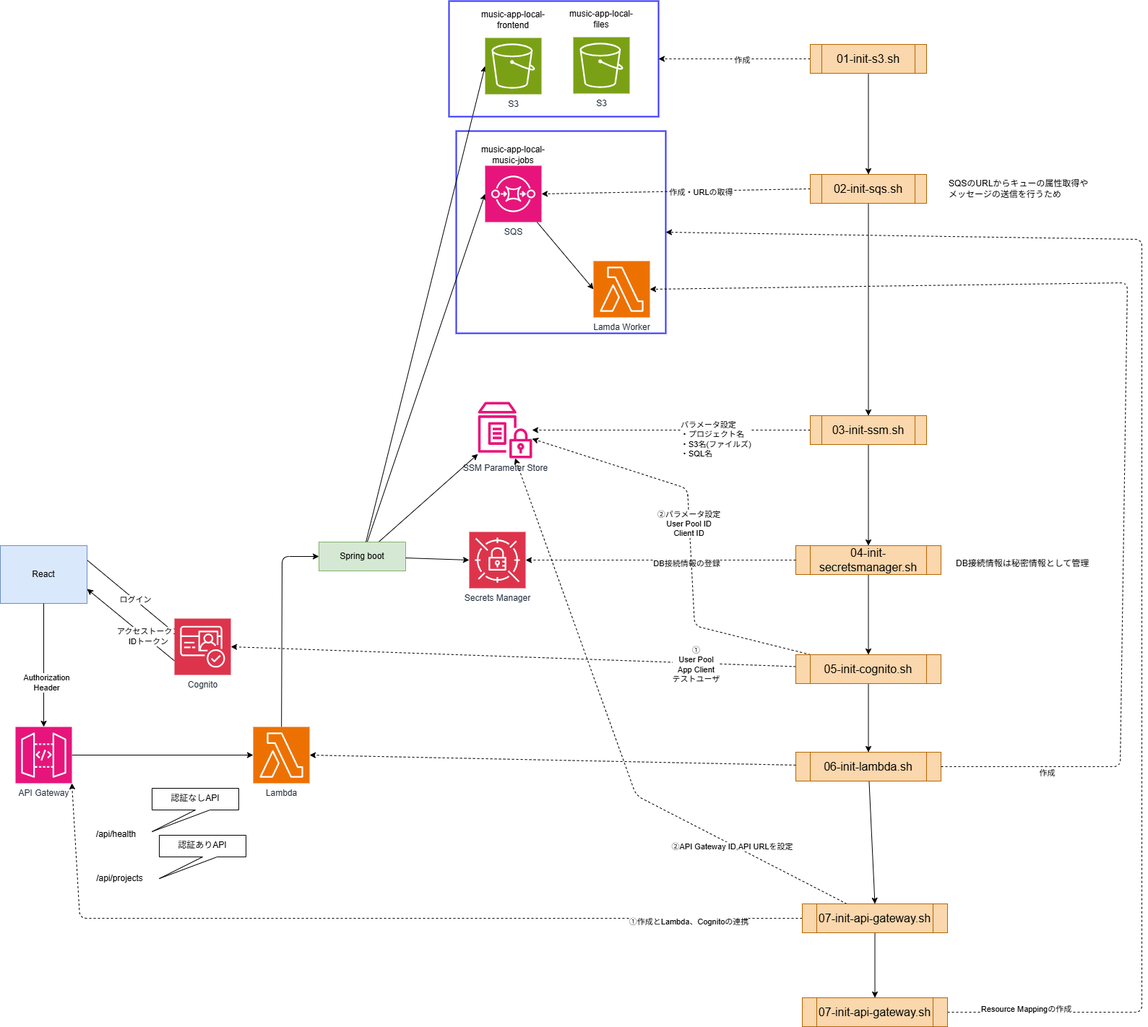
The draw.io diagram doc/コンテナ構成/images/floci.drawio.png in FujiJPProject/MusicflowsApp, before a commit. Source tidied: cells renumbered, new cells last; positions are measured from the earlier drawing's top-left corner, leaving out a move shared by most shapes.
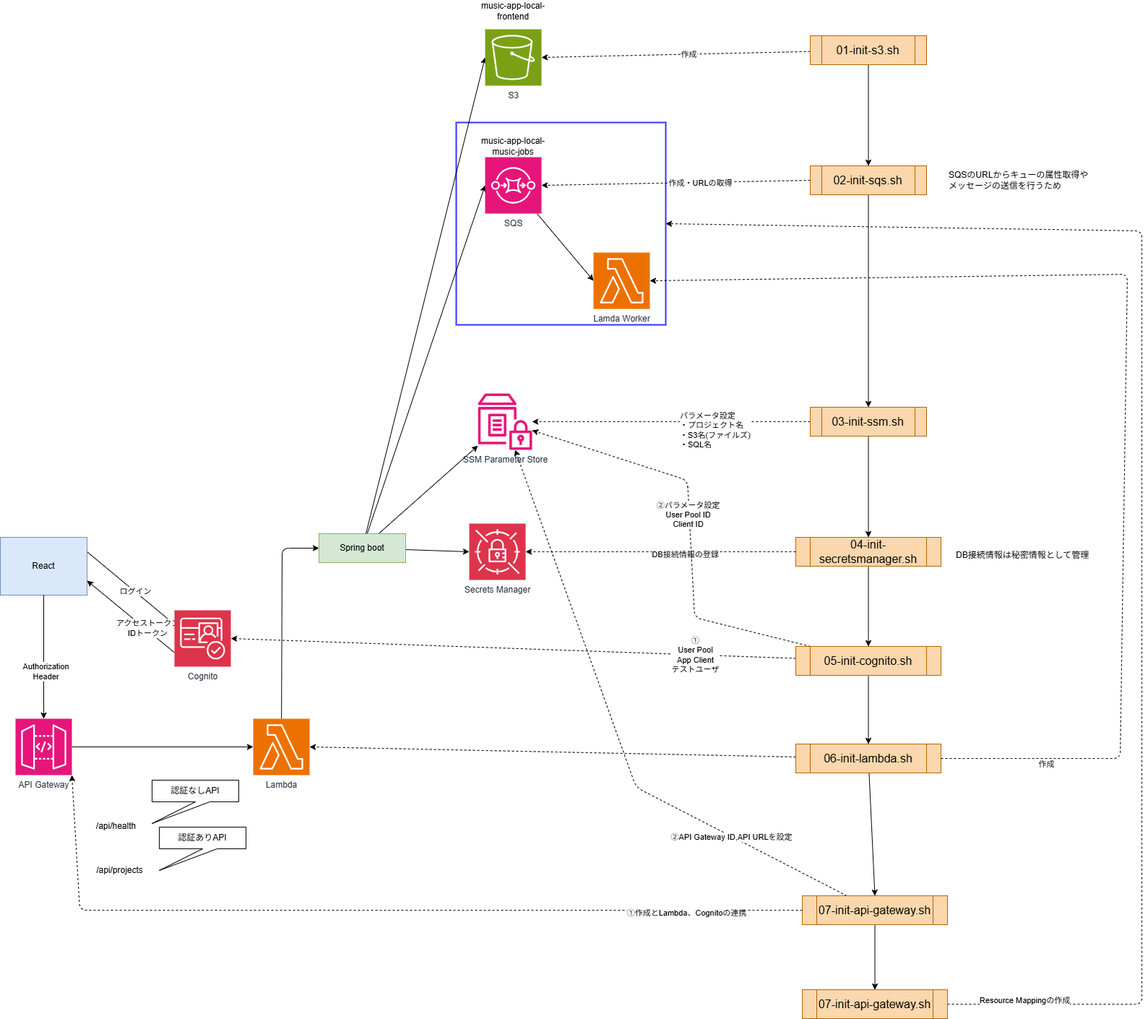
Later version of the same file.

Diff of the diagram source:
```diff
@@ -86,19 +86,7 @@
     <mxCell id="27" value="music-app-local-frontend" style="text;html=1;align=center;verticalAlign=middle;whiteSpace=wrap;rounded=0;" parent="25" vertex="1">
       <mxGeometry width="122" height="30" as="geometry" />
     </mxCell>
-    <mxCell id="28" style="group;" parent="1" vertex="1">
-      <mxGeometry x="771" y="10" width="140" height="150" as="geometry" />
-    </mxCell>
-    <mxCell id="29" style="rounded=0;whiteSpace=wrap;html=1;fillColor=none;strokeWidth=2;strokeColor=#3333FF;" parent="28" vertex="1">
-      <mxGeometry x="-150" y="-10" width="290" height="160" as="geometry" />
-    </mxCell>
-    <mxCell id="30" value="S3" style="sketch=0;fontColor=#232F3E;fillColor=#7AA116;strokeColor=#ffffff;dashed=0;verticalLabelPosition=bottom;verticalAlign=top;align=center;html=1;fontSize=12;fontStyle=0;shape=mxgraph.aws4.resourceIcon;resIcon=mxgraph.aws4.s3;" parent="28" vertex="1">
-      <mxGeometry x="22" y="40" width="78" height="78" as="geometry" />
-    </mxCell>
-    <mxCell id="31" value="music-app-local-&lt;div&gt;files&lt;/div&gt;" style="text;html=1;align=center;verticalAlign=middle;whiteSpace=wrap;rounded=0;" parent="28" vertex="1">
-      <mxGeometry width="122" height="30" as="geometry" />
-    </mxCell>
-    <mxCell id="32" style="edgeStyle=none;html=1;entryX=1;entryY=0.5;entryDx=0;entryDy=0;dashed=1;" parent="1" edge="1" source="35" target="29">
+    <mxCell id="32" style="edgeStyle=none;html=1;entryX=1;entryY=0.5;entryDx=0;entryDy=0;dashed=1;entryPerimeter=0;" parent="1" edge="1" source="35" target="26">
       <mxGeometry relative="1" as="geometry" />
     </mxCell>
     <mxCell id="33" value="作成" style="edgeLabel;html=1;align=center;verticalAlign=middle;" parent="32" vertex="1">
```
